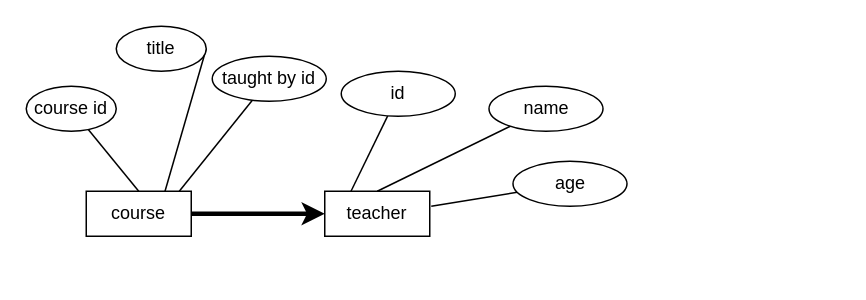
Above: hw2_part2A.drawio in jamessu1201/Database_System (draw.io), before the change. Source tidied: cells renumbered, new cells numbered last; positions are measured from the earlier drawing's top-left corner, leaving out a move shared by most shapes. Both pictures are drawn from the tidied source at 150%, with x=0, y=0 at pixel (26, 26).
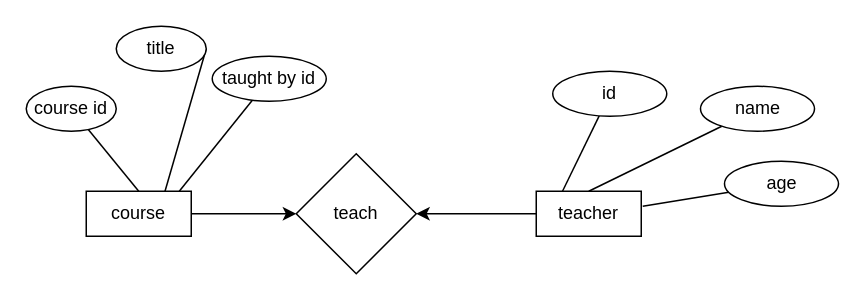
Above is the later version.

The change refers to these unchanged cells:
```xml
<mxCell id="3" value="course" style="rounded=0;whiteSpace=wrap;html=1;" parent="1" vertex="1">
  <mxGeometry x="40" y="110" width="70" height="30" as="geometry" />
</mxCell>
```

The edit, as a diff of the source:
```diff
@@
-    <mxCell id="2" style="edgeStyle=orthogonalEdgeStyle;rounded=0;jettySize=auto;html=1;entryX=0;entryY=0.5;entryDx=0;entryDy=0;strokeWidth=3;" parent="1" edge="1" source="3" target="4">
-      <mxGeometry relative="1" as="geometry" />
-    </mxCell>
+    <mxCell id="17" style="edgeStyle=orthogonalEdgeStyle;rounded=0;jettySize=auto;html=1;" parent="1" edge="1" source="3" target="19">
+      <mxGeometry relative="1" as="geometry" />
+    </mxCell>
@@
+    <mxCell id="18" style="edgeStyle=orthogonalEdgeStyle;rounded=0;jettySize=auto;html=1;" parent="1" edge="1" source="4" target="19">
+      <mxGeometry relative="1" as="geometry" />
+    </mxCell>
     <mxCell id="4" value="teacher" style="rounded=0;whiteSpace=wrap;html=1;" parent="1" vertex="1">
-      <mxGeometry x="199" y="110" width="70" height="30" as="geometry" />
+      <mxGeometry x="340" y="110" width="70" height="30" as="geometry" />
     </mxCell>
@@
     <mxCell id="12" value="id" style="ellipse;whiteSpace=wrap;html=1;" parent="1" vertex="1">
-      <mxGeometry x="210" y="30" width="76" height="30" as="geometry" />
+      <mxGeometry x="351" y="30" width="76" height="30" as="geometry" />
     </mxCell>
     <mxCell id="13" style="endArrow=none;html=1;rounded=0;exitX=0.75;exitY=0;exitDx=0;exitDy=0;" parent="1" edge="1" target="14">
       <mxGeometry relative="1" as="geometry">
-        <mxPoint x="234" y="110" as="sourcePoint" />
+        <mxPoint x="375" y="110" as="sourcePoint" />
       </mxGeometry>
     </mxCell>
     <mxCell id="14" value="name" style="ellipse;whiteSpace=wrap;html=1;" parent="1" vertex="1">
-      <mxGeometry x="308.5" y="40" width="76" height="30" as="geometry" />
+      <mxGeometry x="449.5" y="40" width="76" height="30" as="geometry" />
     </mxCell>
     <mxCell id="15" style="endArrow=none;html=1;rounded=0;" parent="1" edge="1" target="16">
       <mxGeometry relative="1" as="geometry">
-        <mxPoint x="270" y="120" as="sourcePoint" />
+        <mxPoint x="411" y="120" as="sourcePoint" />
       </mxGeometry>
     </mxCell>
     <mxCell id="16" value="age" style="ellipse;whiteSpace=wrap;html=1;" parent="1" vertex="1">
-      <mxGeometry x="324.5" y="90" width="76" height="30" as="geometry" />
+      <mxGeometry x="465.5" y="90" width="76" height="30" as="geometry" />
     </mxCell>
+    <mxCell id="19" value="teach" style="rhombus;whiteSpace=wrap;html=1;" parent="1" vertex="1">
+      <mxGeometry x="180" y="85" width="80" height="80" as="geometry" />
+    </mxCell>
```
